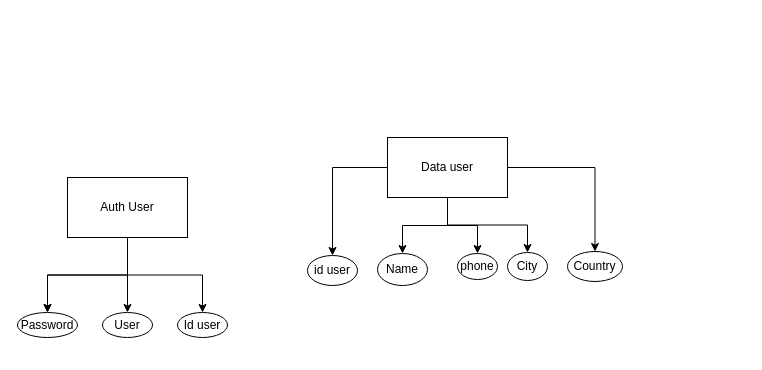
Above: Diagrama sin título.drawio in Rich1308/Proyecto-Fashion-like (draw.io), before the change. Source tidied: cells renumbered, new cells numbered last; positions are measured from the earlier drawing's top-left corner, leaving out a move shared by most shapes. Both pictures are drawn from the tidied source at 100%, with x=0, y=0 at pixel (17, 137).
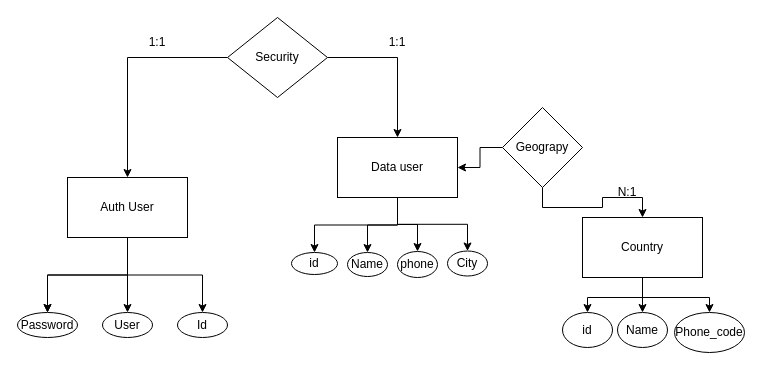
The same diagram, later.

Commit message:
There are created 3 tables.drawio

Unchanged cells that the change refers to:
```xml
<mxCell id="6" value="Auth User" style="rounded=0;whiteSpace=wrap;html=1;" parent="1" vertex="1">
  <mxGeometry x="50" y="40" width="120" height="60" as="geometry" />
</mxCell>
```

Change to the diagram source:
```diff
@@
-    <mxCell id="9" value="Id user" style="ellipse;whiteSpace=wrap;html=1;" parent="1" vertex="1">
+    <mxCell id="9" value="Id" style="ellipse;whiteSpace=wrap;html=1;" parent="1" vertex="1">
       <mxGeometry x="160" y="175" width="50" height="25" as="geometry" />
     </mxCell>
@@
-    <mxCell id="14" style="edgeStyle=orthogonalEdgeStyle;rounded=0;jettySize=auto;html=1;" parent="1" edge="1" source="15" target="20">
-      <mxGeometry relative="1" as="geometry" />
-    </mxCell>
     <mxCell id="15" value="Data user" style="rounded=0;whiteSpace=wrap;html=1;" parent="1" vertex="1">
-      <mxGeometry x="370" width="120" height="60" as="geometry" />
+      <mxGeometry x="320" width="120" height="60" as="geometry" />
     </mxCell>
-    <mxCell id="16" value="id user" style="ellipse;whiteSpace=wrap;html=1;" parent="1" vertex="1">
-      <mxGeometry x="290" y="118" width="50" height="30" as="geometry" />
+    <mxCell id="16" value="id " style="ellipse;whiteSpace=wrap;html=1;" parent="1" vertex="1">
+      <mxGeometry x="274" y="115" width="46" height="22" as="geometry" />
     </mxCell>
     <mxCell id="17" value="Name" style="ellipse;whiteSpace=wrap;html=1;" parent="1" vertex="1">
-      <mxGeometry x="360" y="116" width="50" height="32" as="geometry" />
+      <mxGeometry x="330" y="115" width="40" height="24" as="geometry" />
     </mxCell>
     <mxCell id="18" value="phone" style="ellipse;whiteSpace=wrap;html=1;" parent="1" vertex="1">
-      <mxGeometry x="440" y="116" width="40" height="26" as="geometry" />
+      <mxGeometry x="380" y="114" width="40" height="26" as="geometry" />
     </mxCell>
     <mxCell id="19" value="City" style="ellipse;whiteSpace=wrap;html=1;" parent="1" vertex="1">
-      <mxGeometry x="490" y="115" width="40" height="28" as="geometry" />
+      <mxGeometry x="430" y="113.5" width="40" height="25" as="geometry" />
     </mxCell>
+    <mxCell id="21" style="edgeStyle=orthogonalEdgeStyle;rounded=0;jettySize=auto;html=1;" parent="1" edge="1" source="23" target="6">
+      <mxGeometry relative="1" as="geometry" />
+    </mxCell>
+    <mxCell id="22" style="edgeStyle=orthogonalEdgeStyle;rounded=0;jettySize=auto;html=1;entryX=0.5;entryY=0;entryDx=0;entryDy=0;" parent="1" edge="1" source="23" target="15">
+      <mxGeometry relative="1" as="geometry" />
+    </mxCell>
+    <mxCell id="23" value="Security" style="rhombus;whiteSpace=wrap;html=1;" parent="1" vertex="1">
+      <mxGeometry x="210" y="-120" width="100" height="80" as="geometry" />
+    </mxCell>
+    <mxCell id="24" value="1:1" style="text;html=1;strokeColor=none;fillColor=none;align=center;verticalAlign=middle;whiteSpace=wrap;rounded=0;" parent="1" vertex="1">
+      <mxGeometry x="350" y="-110" width="60" height="30" as="geometry" />
+    </mxCell>
+    <mxCell id="25" value="1:1" style="text;html=1;strokeColor=none;fillColor=none;align=center;verticalAlign=middle;whiteSpace=wrap;rounded=0;" parent="1" vertex="1">
+      <mxGeometry x="110" y="-110" width="60" height="30" as="geometry" />
+    </mxCell>
+    <mxCell id="26" style="edgeStyle=orthogonalEdgeStyle;rounded=0;jettySize=auto;html=1;" parent="1" edge="1" source="28" target="20">
+      <mxGeometry relative="1" as="geometry" />
+    </mxCell>
+    <mxCell id="27" style="edgeStyle=orthogonalEdgeStyle;rounded=0;jettySize=auto;html=1;entryX=1;entryY=0.5;entryDx=0;entryDy=0;" parent="1" edge="1" source="28" target="15">
+      <mxGeometry relative="1" as="geometry" />
+    </mxCell>
+    <mxCell id="28" value="Geograpy" style="rhombus;whiteSpace=wrap;html=1;" parent="1" vertex="1">
+      <mxGeometry x="485" y="-30" width="80" height="80" as="geometry" />
+    </mxCell>
+    <mxCell id="29" style="edgeStyle=orthogonalEdgeStyle;rounded=0;jettySize=auto;html=1;" parent="1" edge="1" source="20" target="33">
+      <mxGeometry relative="1" as="geometry" />
+    </mxCell>
+    <mxCell id="30" style="edgeStyle=orthogonalEdgeStyle;rounded=0;jettySize=auto;html=1;entryX=0.5;entryY=0;entryDx=0;entryDy=0;" parent="1" edge="1" source="20" target="32">
+      <mxGeometry relative="1" as="geometry" />
+    </mxCell>
+    <mxCell id="31" style="edgeStyle=orthogonalEdgeStyle;rounded=0;jettySize=auto;html=1;entryX=0.5;entryY=0;entryDx=0;entryDy=0;" parent="1" edge="1" source="20" target="34">
+      <mxGeometry relative="1" as="geometry" />
+    </mxCell>
-    <mxCell id="20" value="Country" style="ellipse;whiteSpace=wrap;html=1;" parent="1" vertex="1">
-      <mxGeometry x="550" y="114" width="55" height="30" as="geometry" />
+    <mxCell id="20" value="Country" style="rounded=0;whiteSpace=wrap;html=1;" parent="1" vertex="1">
+      <mxGeometry x="565" y="80" width="120" height="60" as="geometry" />
     </mxCell>
+    <mxCell id="32" value="id" style="ellipse;whiteSpace=wrap;html=1;" parent="1" vertex="1">
+      <mxGeometry x="545" y="175" width="50" height="35" as="geometry" />
+    </mxCell>
+    <mxCell id="33" value="Name " style="ellipse;whiteSpace=wrap;html=1;" parent="1" vertex="1">
+      <mxGeometry x="600" y="175" width="50" height="35" as="geometry" />
+    </mxCell>
+    <mxCell id="34" value="Phone_code" style="ellipse;whiteSpace=wrap;html=1;" parent="1" vertex="1">
+      <mxGeometry x="657" y="175" width="70" height="40" as="geometry" />
+    </mxCell>
+    <mxCell id="35" value="N:1" style="text;html=1;strokeColor=none;fillColor=none;align=center;verticalAlign=middle;whiteSpace=wrap;rounded=0;" parent="1" vertex="1">
+      <mxGeometry x="580" y="40" width="60" height="30" as="geometry" />
+    </mxCell>
```
